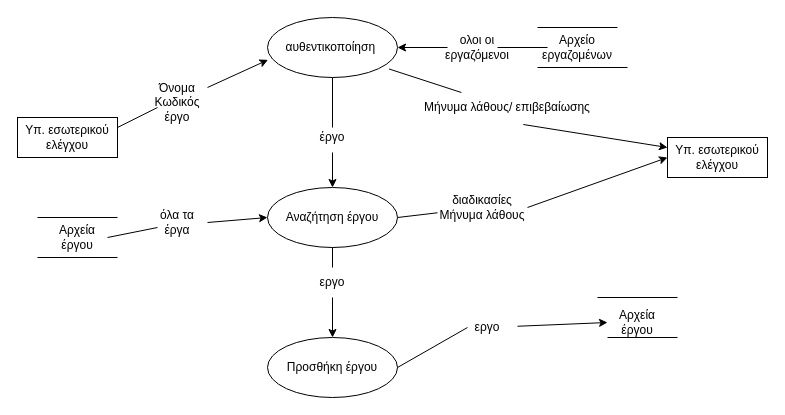
This is δρδ2β.drawio from vag4me/Information_system, a draw.io file, before an edit. Source tidied: cells renumbered, new cells numbered last; positions are measured from the earlier drawing's top-left corner, leaving out a move shared by most shapes. Both pictures are drawn from the tidied source at 100%, with x=0, y=0 at pixel (17, 17).
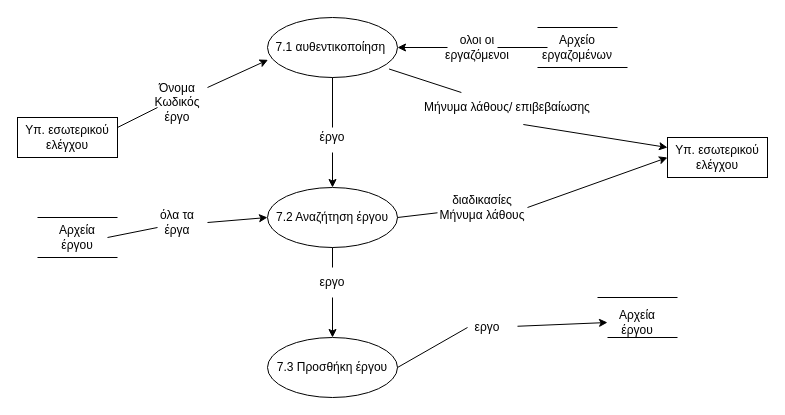
After the change.

Diff of the diagram source:
```diff
@@
-    <mxCell id="3" value="αυθεντικοποίηση&amp;nbsp;" style="ellipse;whiteSpace=wrap;html=1;align=center;" parent="1" vertex="1">
+    <mxCell id="3" value="7.1 αυθεντικοποίηση&amp;nbsp;" style="ellipse;whiteSpace=wrap;html=1;align=center;" parent="1" vertex="1">
       <mxGeometry x="250" width="130" height="60" as="geometry" />
     </mxCell>
-    <mxCell id="4" value="Αναζήτηση έργου" style="ellipse;whiteSpace=wrap;html=1;align=center;" parent="1" vertex="1">
+    <mxCell id="4" value="7.2 Αναζήτηση έργου" style="ellipse;whiteSpace=wrap;html=1;align=center;" parent="1" vertex="1">
       <mxGeometry x="250" y="170" width="130" height="60" as="geometry" />
     </mxCell>
-    <mxCell id="5" value="Προσθήκη έργου" style="ellipse;whiteSpace=wrap;html=1;align=center;" parent="1" vertex="1">
+    <mxCell id="5" value="7.3 Προσθήκη έργου" style="ellipse;whiteSpace=wrap;html=1;align=center;" parent="1" vertex="1">
       <mxGeometry x="250" y="320" width="130" height="60" as="geometry" />
     </mxCell>
```
